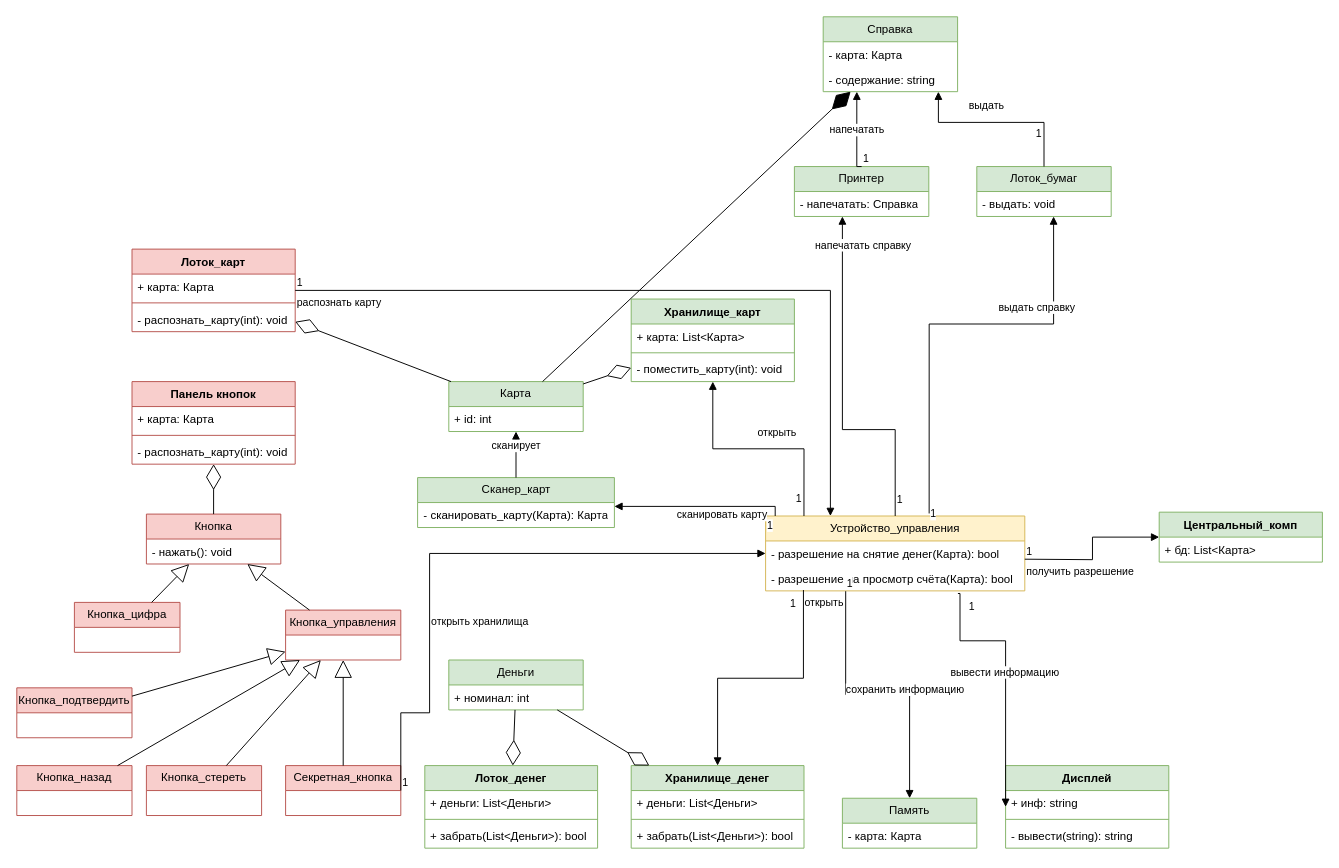
The draw.io diagram папс/Банкомат/Понятия.drawio in KvoERR/pnrpu-3rd-year, before the edit. Source tidied: cells renumbered, new cells numbered last; positions are measured from the earlier drawing's top-left corner, leaving out a move shared by most shapes. Both pictures are drawn from the tidied source at 96%, with x=0, y=0 at pixel (16, 16).
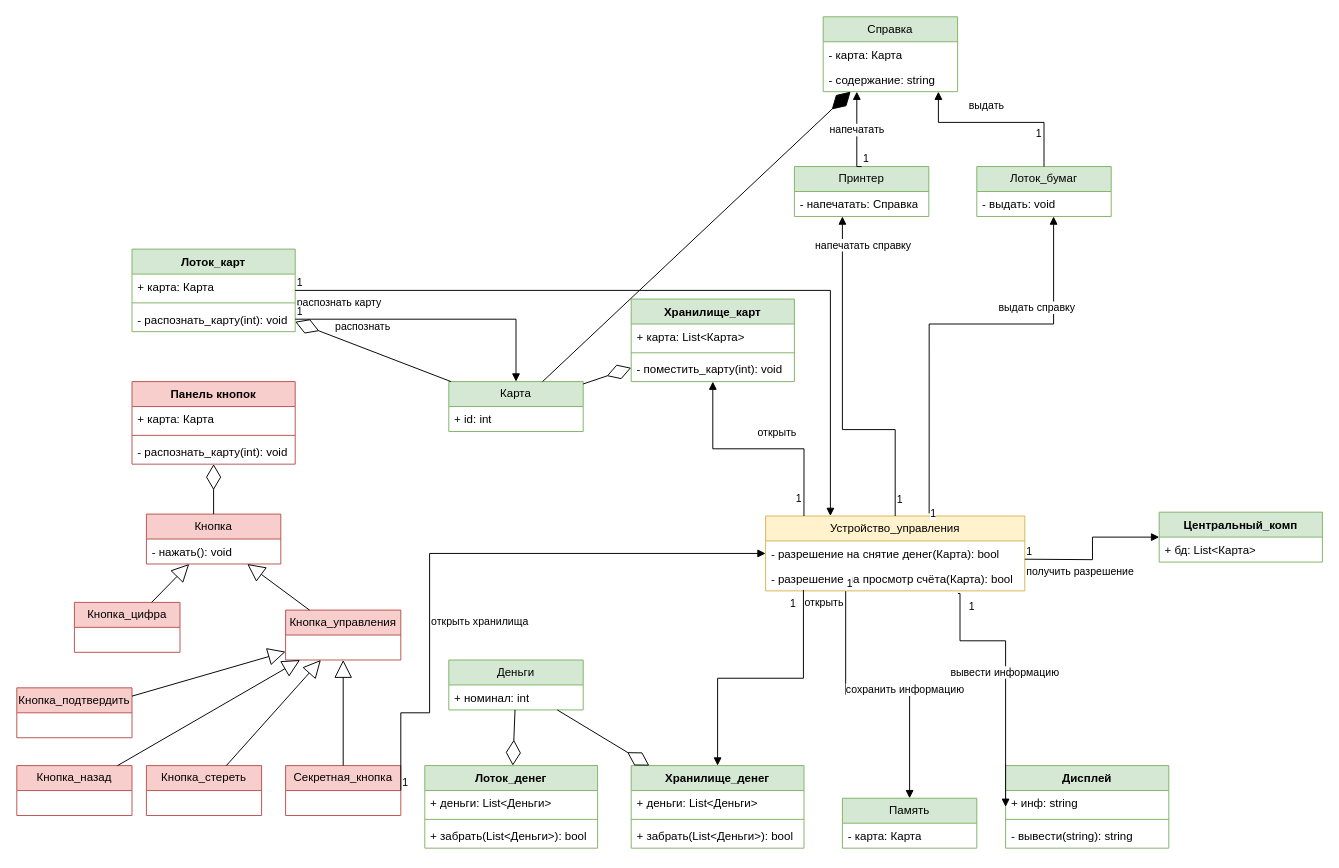
After the change.

The change refers to these unchanged cells:
```xml
<mxCell id="5" value="- распознать_карту(int): void" style="text;strokeColor=none;fillColor=none;align=left;verticalAlign=top;spacingLeft=4;spacingRight=4;overflow=hidden;points=[[0,0.5],[1,0.5]];portConstraint=eastwest;whiteSpace=wrap;html=1;" parent="2" vertex="1">
  <mxGeometry y="60" width="170" height="26" as="geometry" />
</mxCell>
<mxCell id="6" value="Карта" style="swimlane;fontStyle=0;horizontal=1;startSize=26;fillColor=#d5e8d4;whiteSpace=wrap;html=1;strokeColor=#82b366;" parent="1" vertex="1">
  <mxGeometry x="450" y="380" width="140" height="52" as="geometry" />
</mxCell>
<mxCell id="41" value="Устройство_управления" style="swimlane;fontStyle=0;horizontal=1;startSize=26;fillColor=#fff2cc;whiteSpace=wrap;html=1;strokeColor=#d6b656;" parent="1" vertex="1">
  <mxGeometry x="780" y="520" width="270" height="78" as="geometry" />
</mxCell>
```

What changed in the source:
```diff
@@
-    <mxCell id="2" value="Лоток_карт" style="swimlane;fontStyle=1;align=center;verticalAlign=top;horizontal=1;startSize=26;whiteSpace=wrap;html=1;fillColor=#f8cecc;strokeColor=#b85450;" parent="1" vertex="1">
+    <mxCell id="2" value="Лоток_карт" style="swimlane;fontStyle=1;align=center;verticalAlign=top;horizontal=1;startSize=26;whiteSpace=wrap;html=1;fillColor=#d5e8d4;strokeColor=#82b366;" parent="1" vertex="1">
       <mxGeometry x="120" y="242" width="170" height="86" as="geometry" />
     </mxCell>
@@
-    <mxCell id="14" value="Сканер_карт" style="swimlane;fontStyle=0;horizontal=1;startSize=26;fillColor=#d5e8d4;whiteSpace=wrap;html=1;strokeColor=#82b366;" parent="1" vertex="1">
-      <mxGeometry x="417.5" y="480" width="205" height="52" as="geometry" />
-    </mxCell>
-    <mxCell id="15" value="- сканировать_карту(Карта): Карта" style="text;strokeColor=none;fillColor=none;align=left;verticalAlign=top;spacingLeft=4;spacingRight=4;overflow=hidden;whiteSpace=wrap;html=1;" parent="14" vertex="1">
-      <mxGeometry y="26" width="205" height="26" as="geometry" />
-    </mxCell>
-    <mxCell id="16" value="сканирует" style="html=1;verticalAlign=bottom;endArrow=block;curved=0;rounded=0;" parent="1" edge="1" source="14" target="6">
-      <mxGeometry relative="1" as="geometry" />
-    </mxCell>
@@
-    <mxCell id="46" value="сканировать карту" style="endArrow=block;endFill=1;html=1;edgeStyle=orthogonalEdgeStyle;align=left;verticalAlign=top;rounded=0;" parent="1" edge="1" source="41" target="14">
-      <mxGeometry x="0.28" y="-4" relative="1" as="geometry">
-        <Array as="points">
-          <mxPoint x="790" y="510" />
-        </Array>
-      </mxGeometry>
-    </mxCell>
-    <mxCell id="47" value="1" style="edgeLabel;html=1;align=left;verticalAlign=bottom;" parent="46" vertex="1">
-      <mxGeometry x="-1" relative="1" as="geometry">
-        <mxPoint x="-10" y="18" as="offset" />
-      </mxGeometry>
-    </mxCell>
@@
+    <mxCell id="91" value="распознать" style="endArrow=block;endFill=1;html=1;edgeStyle=orthogonalEdgeStyle;align=left;verticalAlign=top;rounded=0;entryX=0.5;entryY=0;entryDx=0;entryDy=0;" parent="1" edge="1" source="5" target="6">
+      <mxGeometry x="-0.73" y="5" relative="1" as="geometry" />
+    </mxCell>
+    <mxCell id="47" value="1" style="edgeLabel;html=1;align=left;verticalAlign=bottom;" parent="91" vertex="1">
+      <mxGeometry x="-1" relative="1" as="geometry" />
+    </mxCell>
```
